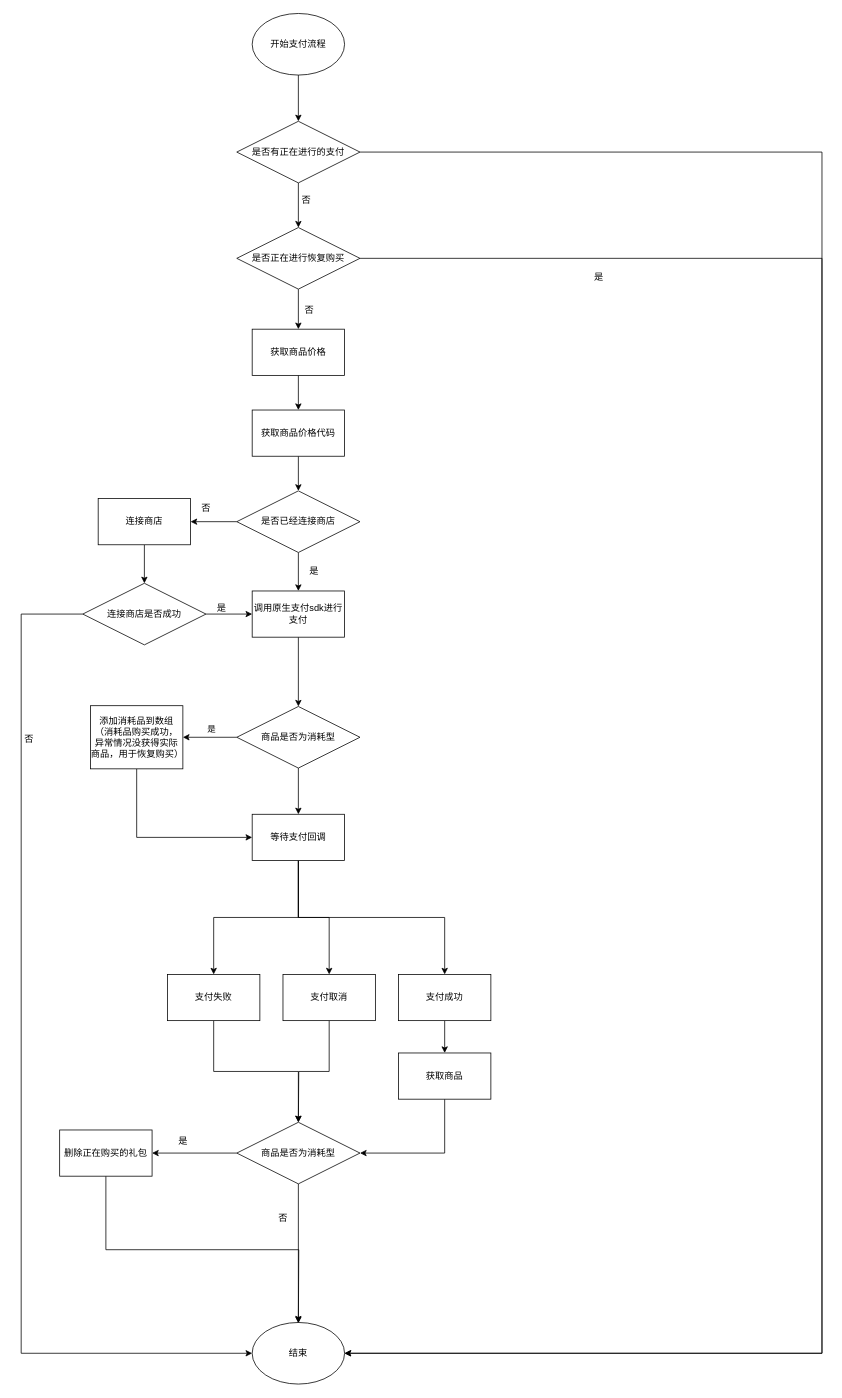
Earlier version of the draw.io diagram .drawio (lxy8228535/Diagrams). Source tidied: cells renumbered, new cells numbered last; positions are measured from the earlier drawing's top-left corner, leaving out a move shared by most shapes. Both pictures are drawn from the tidied source at 77%, with x=0, y=0 at pixel (13, 13).
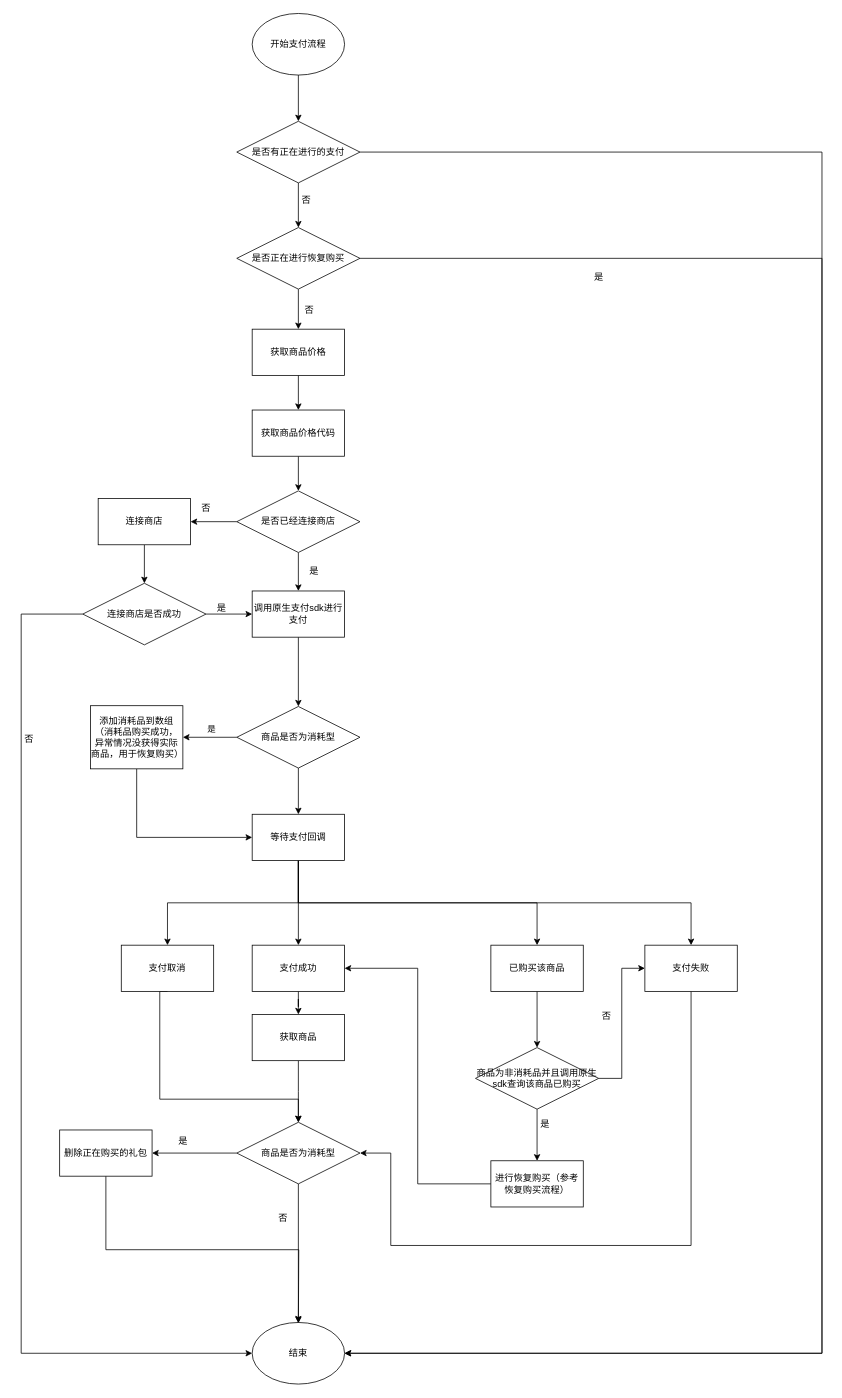
The same page after the edit.

The change refers to these unchanged cells:
```xml
<mxCell id="31" value="商品是否为消耗型" style="rhombus;whiteSpace=wrap;html=1;" parent="1" vertex="1">
  <mxGeometry x="290" y="1440" width="160" height="80" as="geometry" />
</mxCell>
<mxCell id="54" value="等待支付回调" style="rounded=0;whiteSpace=wrap;html=1;" parent="1" vertex="1">
  <mxGeometry x="310" y="1040" width="120" height="60" as="geometry" />
</mxCell>
```

What changed in the source:
```diff
@@
-    <mxCell id="27" style="edgeStyle=orthogonalEdgeStyle;rounded=0;jettySize=auto;html=1;" parent="1" edge="1" source="28" target="31">
-      <mxGeometry relative="1" as="geometry" />
+    <mxCell id="27" style="edgeStyle=orthogonalEdgeStyle;rounded=0;jettySize=auto;html=1;exitX=0.5;exitY=1;exitDx=0;exitDy=0;entryX=1;entryY=0.5;entryDx=0;entryDy=0;" parent="1" edge="1" source="28" target="31">
+      <mxGeometry relative="1" as="geometry">
+        <Array as="points">
+          <mxPoint x="880" y="1600" />
+          <mxPoint x="490" y="1600" />
+          <mxPoint x="490" y="1480" />
+        </Array>
+      </mxGeometry>
     </mxCell>
     <mxCell id="28" value="支付失败" style="rounded=0;whiteSpace=wrap;html=1;" parent="1" vertex="1">
-      <mxGeometry x="200" y="1248" width="120" height="60" as="geometry" />
+      <mxGeometry x="820" y="1210" width="120" height="60" as="geometry" />
     </mxCell>
@@
-    <mxCell id="36" style="edgeStyle=orthogonalEdgeStyle;rounded=0;jettySize=auto;html=1;exitX=0.5;exitY=1;exitDx=0;exitDy=0;" parent="1" edge="1" source="37">
-      <mxGeometry relative="1" as="geometry">
-        <mxPoint x="370" y="1440" as="targetPoint" />
-      </mxGeometry>
-    </mxCell>
+    <mxCell id="57" style="edgeStyle=orthogonalEdgeStyle;rounded=0;jettySize=auto;html=1;exitX=0.5;exitY=1;exitDx=0;exitDy=0;" parent="1" edge="1" source="37" target="31">
+      <mxGeometry relative="1" as="geometry">
+        <Array as="points">
+          <mxPoint x="190" y="1410" />
+          <mxPoint x="370" y="1410" />
+        </Array>
+      </mxGeometry>
+    </mxCell>
     <mxCell id="37" value="支付取消" style="rounded=0;whiteSpace=wrap;html=1;" parent="1" vertex="1">
-      <mxGeometry x="350" y="1248" width="120" height="60" as="geometry" />
+      <mxGeometry x="140" y="1210" width="120" height="60" as="geometry" />
     </mxCell>
@@
     <mxCell id="39" value="支付成功" style="rounded=0;whiteSpace=wrap;html=1;" parent="1" vertex="1">
-      <mxGeometry x="500" y="1248" width="120" height="60" as="geometry" />
+      <mxGeometry x="310" y="1210" width="120" height="60" as="geometry" />
     </mxCell>
@@
-    <mxCell id="51" style="edgeStyle=orthogonalEdgeStyle;rounded=0;jettySize=auto;html=1;exitX=0.5;exitY=1;exitDx=0;exitDy=0;" parent="1" edge="1" source="54" target="28">
-      <mxGeometry relative="1" as="geometry" />
-    </mxCell>
@@
-    <mxCell id="53" style="edgeStyle=orthogonalEdgeStyle;rounded=0;jettySize=auto;html=1;exitX=0.5;exitY=1;exitDx=0;exitDy=0;" parent="1" edge="1" source="54" target="39">
+    <mxCell id="53" style="edgeStyle=orthogonalEdgeStyle;rounded=0;jettySize=auto;html=1;exitX=0.5;exitY=1;exitDx=0;exitDy=0;entryX=0.5;entryY=0;entryDx=0;entryDy=0;" parent="1" edge="1" source="54" target="39">
       <mxGeometry relative="1" as="geometry" />
     </mxCell>
+    <mxCell id="58" style="edgeStyle=orthogonalEdgeStyle;rounded=0;jettySize=auto;html=1;exitX=0.5;exitY=1;exitDx=0;exitDy=0;entryX=0.5;entryY=0;entryDx=0;entryDy=0;" parent="1" edge="1" source="54" target="61">
+      <mxGeometry relative="1" as="geometry" />
+    </mxCell>
+    <mxCell id="51" style="edgeStyle=orthogonalEdgeStyle;rounded=0;jettySize=auto;html=1;exitX=0.5;exitY=1;exitDx=0;exitDy=0;" parent="1" edge="1" source="54" target="28">
+      <mxGeometry relative="1" as="geometry" />
+    </mxCell>
@@
-    <mxCell id="55" style="edgeStyle=orthogonalEdgeStyle;rounded=0;jettySize=auto;html=1;exitX=0.5;exitY=1;exitDx=0;exitDy=0;entryX=1;entryY=0.5;entryDx=0;entryDy=0;" parent="1" edge="1" source="56" target="31">
-      <mxGeometry relative="1" as="geometry" />
-    </mxCell>
+    <mxCell id="59" style="edgeStyle=orthogonalEdgeStyle;rounded=0;jettySize=auto;html=1;exitX=0.5;exitY=1;exitDx=0;exitDy=0;" parent="1" edge="1" source="56">
+      <mxGeometry relative="1" as="geometry">
+        <mxPoint x="370" y="1440" as="targetPoint" />
+      </mxGeometry>
+    </mxCell>
     <mxCell id="56" value="获取商品" style="rounded=0;whiteSpace=wrap;html=1;" parent="1" vertex="1">
-      <mxGeometry x="500" y="1350" width="120" height="60" as="geometry" />
+      <mxGeometry x="310" y="1300" width="120" height="60" as="geometry" />
     </mxCell>
+    <mxCell id="60" style="edgeStyle=orthogonalEdgeStyle;rounded=0;jettySize=auto;html=1;" parent="1" edge="1" source="61" target="64">
+      <mxGeometry relative="1" as="geometry" />
+    </mxCell>
+    <mxCell id="61" value="已购买该商品" style="rounded=0;whiteSpace=wrap;html=1;" parent="1" vertex="1">
+      <mxGeometry x="620" y="1210" width="120" height="60" as="geometry" />
+    </mxCell>
+    <mxCell id="62" style="edgeStyle=orthogonalEdgeStyle;rounded=0;jettySize=auto;html=1;" parent="1" edge="1" source="64" target="66">
+      <mxGeometry relative="1" as="geometry" />
+    </mxCell>
+    <mxCell id="63" style="edgeStyle=orthogonalEdgeStyle;rounded=0;jettySize=auto;html=1;exitX=1;exitY=0.5;exitDx=0;exitDy=0;entryX=0;entryY=0.5;entryDx=0;entryDy=0;" parent="1" edge="1" source="64" target="28">
+      <mxGeometry relative="1" as="geometry" />
+    </mxCell>
+    <mxCell id="64" value="商品为非消耗品并且调用原生sdk查询该商品已购买" style="rhombus;whiteSpace=wrap;html=1;" parent="1" vertex="1">
+      <mxGeometry x="600" y="1343" width="160" height="80" as="geometry" />
+    </mxCell>
+    <mxCell id="65" style="edgeStyle=orthogonalEdgeStyle;rounded=0;jettySize=auto;html=1;entryX=1;entryY=0.5;entryDx=0;entryDy=0;" parent="1" edge="1" source="66" target="39">
+      <mxGeometry relative="1" as="geometry" />
+    </mxCell>
+    <mxCell id="66" value="进行恢复购买（参考恢复购买流程）" style="rounded=0;whiteSpace=wrap;html=1;" parent="1" vertex="1">
+      <mxGeometry x="620" y="1490" width="120" height="60" as="geometry" />
+    </mxCell>
+    <mxCell id="67" value="是" style="text;html=1;align=center;verticalAlign=middle;strokeColor=none;fillColor=none;" parent="1" vertex="1">
+      <mxGeometry x="670" y="1428" width="40" height="30" as="geometry" />
+    </mxCell>
+    <mxCell id="68" value="否" style="text;html=1;align=center;verticalAlign=middle;strokeColor=none;fillColor=none;" parent="1" vertex="1">
+      <mxGeometry x="750" y="1288" width="40" height="30" as="geometry" />
+    </mxCell>
```
